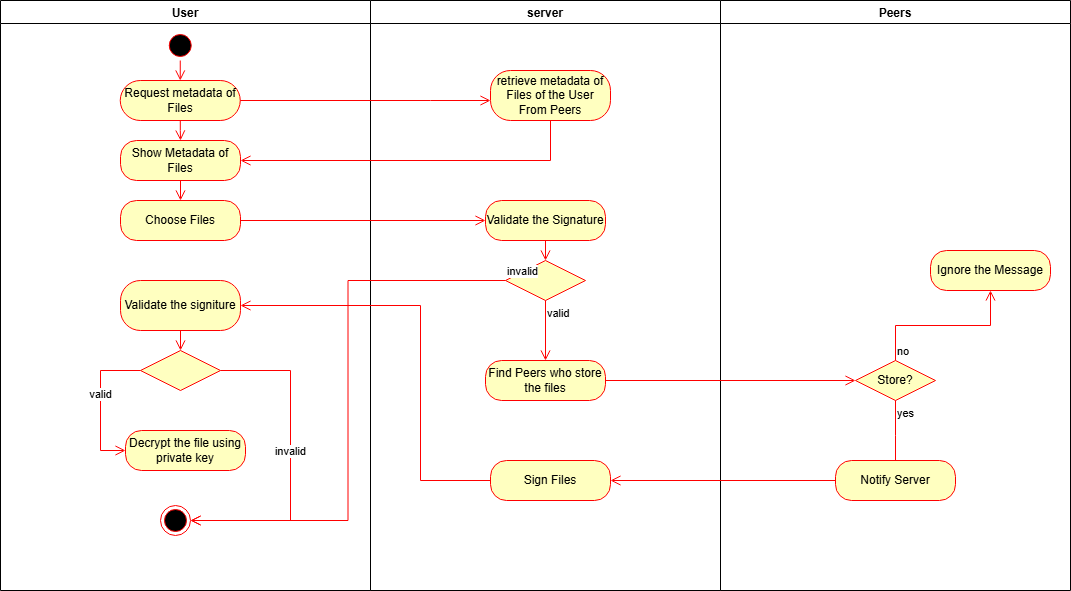
This is Activity_Diagram/Download.png from FatemehKhalili/SafeDrive, a draw.io export, as it was before one commit. Source tidied: cells renumbered, new cells last; positions are measured from the earlier drawing's top-left corner, leaving out a move shared by most shapes. Its diagram source:
```xml
<mxGraphModel>
  <root>
    <mxCell id="0" />
    <mxCell id="1" parent="0" />
    <mxCell id="2" value="User" style="swimlane;" parent="1" vertex="1">
      <mxGeometry width="370" height="590" as="geometry" />
    </mxCell>
    <mxCell id="3" style="ellipse;html=1;shape=startState;fillColor=#000000;strokeColor=#ff0000;" parent="2" vertex="1">
      <mxGeometry x="164.8" y="30" width="30" height="30" as="geometry" />
    </mxCell>
    <mxCell id="4" style="edgeStyle=orthogonalEdgeStyle;html=1;verticalAlign=bottom;endArrow=open;endSize=8;strokeColor=#ff0000;rounded=0;entryX=0.5;entryY=0;entryDx=0;entryDy=0;" parent="2" edge="1" source="3" target="5">
      <mxGeometry relative="1" as="geometry" />
    </mxCell>
    <mxCell id="5" value="Request metadata of Files" style="rounded=1;whiteSpace=wrap;html=1;arcSize=50;fontColor=#000000;fillColor=#ffffc0;strokeColor=#ff0000;" parent="2" vertex="1">
      <mxGeometry x="119.8" y="80" width="120" height="40" as="geometry" />
    </mxCell>
    <mxCell id="6" style="edgeStyle=orthogonalEdgeStyle;html=1;verticalAlign=bottom;endArrow=open;endSize=8;strokeColor=#ff0000;rounded=0;entryX=0.5;entryY=0;entryDx=0;entryDy=0;" parent="2" edge="1" source="5" target="7">
      <mxGeometry relative="1" as="geometry" />
    </mxCell>
    <mxCell id="7" value="Show Metadata of Files" style="rounded=1;whiteSpace=wrap;html=1;arcSize=40;fontColor=#000000;fillColor=#ffffc0;strokeColor=#ff0000;" parent="2" vertex="1">
      <mxGeometry x="120" y="140" width="120" height="40" as="geometry" />
    </mxCell>
    <mxCell id="8" style="edgeStyle=orthogonalEdgeStyle;html=1;verticalAlign=bottom;endArrow=open;endSize=8;strokeColor=#ff0000;rounded=0;entryX=0.5;entryY=0;entryDx=0;entryDy=0;" parent="2" edge="1" source="7" target="11">
      <mxGeometry relative="1" as="geometry" />
    </mxCell>
    <mxCell id="9" value="Validate the signiture" style="rounded=1;whiteSpace=wrap;html=1;arcSize=40;fontColor=#000000;fillColor=#ffffc0;strokeColor=#ff0000;" parent="2" vertex="1">
      <mxGeometry x="120" y="280" width="120" height="50" as="geometry" />
    </mxCell>
    <mxCell id="10" style="ellipse;html=1;shape=endState;fillColor=#000000;strokeColor=#ff0000;" parent="2" vertex="1">
      <mxGeometry x="160" y="505" width="30" height="30" as="geometry" />
    </mxCell>
    <mxCell id="11" value="Choose Files" style="rounded=1;whiteSpace=wrap;html=1;arcSize=40;fontColor=#000000;fillColor=#ffffc0;strokeColor=#ff0000;" parent="2" vertex="1">
      <mxGeometry x="120" y="200" width="120" height="40" as="geometry" />
    </mxCell>
    <mxCell id="12" value="Decrypt the file using private key" style="rounded=1;whiteSpace=wrap;html=1;arcSize=40;fontColor=#000000;fillColor=#ffffc0;strokeColor=#ff0000;" parent="2" vertex="1">
      <mxGeometry x="125" y="430" width="120" height="40" as="geometry" />
    </mxCell>
    <mxCell id="13" style="edgeStyle=orthogonalEdgeStyle;html=1;verticalAlign=bottom;endArrow=open;endSize=8;strokeColor=#ff0000;rounded=0;exitX=0.5;exitY=1;exitDx=0;exitDy=0;entryX=0.5;entryY=0;entryDx=0;entryDy=0;" parent="2" edge="1" source="9" target="16">
      <mxGeometry relative="1" as="geometry" />
    </mxCell>
    <mxCell id="14" value="valid" style="edgeStyle=orthogonalEdgeStyle;html=1;verticalAlign=bottom;endArrow=open;endSize=8;strokeColor=#ff0000;rounded=0;entryX=0;entryY=0.5;entryDx=0;entryDy=0;exitX=0;exitY=0.5;exitDx=0;exitDy=0;" parent="2" edge="1" source="16" target="12">
      <mxGeometry relative="1" as="geometry">
        <Array as="points">
          <mxPoint x="100" y="370" />
          <mxPoint x="100" y="450" />
        </Array>
      </mxGeometry>
    </mxCell>
    <mxCell id="15" value="invalid" style="edgeStyle=orthogonalEdgeStyle;html=1;verticalAlign=bottom;endArrow=open;endSize=8;strokeColor=#ff0000;rounded=0;entryX=1;entryY=0.5;entryDx=0;entryDy=0;" parent="2" edge="1" source="16" target="10">
      <mxGeometry relative="1" as="geometry">
        <Array as="points">
          <mxPoint x="290" y="370" />
          <mxPoint x="290" y="520" />
        </Array>
      </mxGeometry>
    </mxCell>
    <mxCell id="16" style="rhombus;whiteSpace=wrap;html=1;fontColor=#000000;fillColor=#ffffc0;strokeColor=#ff0000;" parent="2" vertex="1">
      <mxGeometry x="140" y="350" width="80" height="40" as="geometry" />
    </mxCell>
    <mxCell id="17" value="server" style="swimlane;" parent="1" vertex="1">
      <mxGeometry x="370" width="350" height="590" as="geometry" />
    </mxCell>
    <mxCell id="18" value="Validate the Signature" style="rounded=1;whiteSpace=wrap;html=1;arcSize=40;fontColor=#000000;fillColor=#ffffc0;strokeColor=#ff0000;" parent="17" vertex="1">
      <mxGeometry x="115" y="200" width="120" height="40" as="geometry" />
    </mxCell>
    <mxCell id="19" style="edgeStyle=orthogonalEdgeStyle;html=1;verticalAlign=bottom;endArrow=open;endSize=8;strokeColor=#ff0000;rounded=0;entryX=0.5;entryY=0;entryDx=0;entryDy=0;" parent="17" edge="1" source="18" target="22">
      <mxGeometry relative="1" as="geometry" />
    </mxCell>
    <mxCell id="20" value="Find Peers who store the files" style="rounded=1;whiteSpace=wrap;html=1;arcSize=40;fontColor=#000000;fillColor=#ffffc0;strokeColor=#ff0000;" parent="17" vertex="1">
      <mxGeometry x="115" y="360" width="120" height="40" as="geometry" />
    </mxCell>
    <mxCell id="21" value="Sign Files" style="rounded=1;whiteSpace=wrap;html=1;arcSize=40;fontColor=#000000;fillColor=#ffffc0;strokeColor=#ff0000;" parent="17" vertex="1">
      <mxGeometry x="120" y="460" width="120" height="40" as="geometry" />
    </mxCell>
    <mxCell id="22" style="rhombus;whiteSpace=wrap;html=1;fontColor=#000000;fillColor=#ffffc0;strokeColor=#ff0000;" parent="17" vertex="1">
      <mxGeometry x="135" y="260" width="80" height="40" as="geometry" />
    </mxCell>
    <mxCell id="23" value="&lt;div&gt;valid&lt;/div&gt;" style="edgeStyle=orthogonalEdgeStyle;html=1;align=left;verticalAlign=top;endArrow=open;endSize=8;strokeColor=#ff0000;rounded=0;entryX=0.5;entryY=0;entryDx=0;entryDy=0;" parent="17" edge="1" source="22" target="20">
      <mxGeometry x="-1" relative="1" as="geometry" />
    </mxCell>
    <mxCell id="24" value="retrieve metadata of Files of the User From Peers" style="rounded=1;whiteSpace=wrap;html=1;arcSize=40;fontColor=#000000;fillColor=#ffffc0;strokeColor=#ff0000;" parent="17" vertex="1">
      <mxGeometry x="120" y="70" width="120" height="50" as="geometry" />
    </mxCell>
    <mxCell id="25" value="Peers" style="swimlane;" parent="1" vertex="1">
      <mxGeometry x="720" width="350" height="590" as="geometry" />
    </mxCell>
    <mxCell id="26" value="Store?" style="rhombus;whiteSpace=wrap;html=1;fontColor=#000000;fillColor=#ffffc0;strokeColor=#ff0000;" parent="25" vertex="1">
      <mxGeometry x="135" y="360" width="80" height="40" as="geometry" />
    </mxCell>
    <mxCell id="27" value="no" style="edgeStyle=orthogonalEdgeStyle;html=1;align=left;verticalAlign=bottom;endArrow=open;endSize=8;strokeColor=#ff0000;rounded=0;entryX=0.5;entryY=1;entryDx=0;entryDy=0;" parent="25" edge="1" source="26" target="30">
      <mxGeometry x="-1" relative="1" as="geometry" />
    </mxCell>
    <mxCell id="28" value="yes" style="edgeStyle=orthogonalEdgeStyle;html=1;align=left;verticalAlign=top;endArrow=open;endSize=8;strokeColor=#ff0000;rounded=0;" parent="25" edge="1" source="26">
      <mxGeometry x="-1" relative="1" as="geometry">
        <mxPoint x="175" y="470" as="targetPoint" />
      </mxGeometry>
    </mxCell>
    <mxCell id="29" value="Notify Server" style="rounded=1;whiteSpace=wrap;html=1;arcSize=40;fontColor=#000000;fillColor=#ffffc0;strokeColor=#ff0000;" parent="25" vertex="1">
      <mxGeometry x="115" y="460" width="120" height="40" as="geometry" />
    </mxCell>
    <mxCell id="30" value="Ignore the Message" style="rounded=1;whiteSpace=wrap;html=1;arcSize=40;fontColor=#000000;fillColor=#ffffc0;strokeColor=#ff0000;" parent="25" vertex="1">
      <mxGeometry x="210" y="250" width="120" height="40" as="geometry" />
    </mxCell>
    <mxCell id="31" style="edgeStyle=orthogonalEdgeStyle;html=1;verticalAlign=bottom;endArrow=open;endSize=8;strokeColor=#ff0000;rounded=0;entryX=0;entryY=0.5;entryDx=0;entryDy=0;" parent="1" edge="1" source="20" target="26">
      <mxGeometry relative="1" as="geometry" />
    </mxCell>
    <mxCell id="32" style="edgeStyle=orthogonalEdgeStyle;html=1;verticalAlign=bottom;endArrow=open;endSize=8;strokeColor=#ff0000;rounded=0;entryX=1;entryY=0.5;entryDx=0;entryDy=0;" parent="1" edge="1" source="29" target="21">
      <mxGeometry relative="1" as="geometry" />
    </mxCell>
    <mxCell id="33" style="edgeStyle=orthogonalEdgeStyle;html=1;verticalAlign=bottom;endArrow=open;endSize=8;strokeColor=#ff0000;rounded=0;entryX=1;entryY=0.5;entryDx=0;entryDy=0;" parent="1" edge="1" source="21" target="9">
      <mxGeometry relative="1" as="geometry">
        <Array as="points">
          <mxPoint x="420" y="480" />
          <mxPoint x="420" y="305" />
        </Array>
      </mxGeometry>
    </mxCell>
    <mxCell id="34" value="invalid" style="edgeStyle=orthogonalEdgeStyle;html=1;align=left;verticalAlign=bottom;endArrow=open;endSize=8;strokeColor=#ff0000;rounded=0;exitX=0;exitY=0.5;exitDx=0;exitDy=0;entryX=1;entryY=0.5;entryDx=0;entryDy=0;" parent="1" edge="1" source="22" target="10">
      <mxGeometry x="-1" relative="1" as="geometry" />
    </mxCell>
    <mxCell id="35" style="edgeStyle=orthogonalEdgeStyle;html=1;verticalAlign=bottom;endArrow=open;endSize=8;strokeColor=#ff0000;rounded=0;" parent="1" edge="1" source="5" target="24">
      <mxGeometry relative="1" as="geometry">
        <Array as="points">
          <mxPoint x="430" y="100" />
          <mxPoint x="430" y="100" />
        </Array>
      </mxGeometry>
    </mxCell>
    <mxCell id="36" style="edgeStyle=orthogonalEdgeStyle;html=1;verticalAlign=bottom;endArrow=open;endSize=8;strokeColor=#ff0000;rounded=0;entryX=1;entryY=0.5;entryDx=0;entryDy=0;" parent="1" edge="1" source="24" target="7">
      <mxGeometry relative="1" as="geometry">
        <Array as="points">
          <mxPoint x="550" y="160" />
        </Array>
      </mxGeometry>
    </mxCell>
    <mxCell id="37" style="edgeStyle=orthogonalEdgeStyle;html=1;verticalAlign=bottom;endArrow=open;endSize=8;strokeColor=#ff0000;rounded=0;entryX=0;entryY=0.5;entryDx=0;entryDy=0;" parent="1" edge="1" source="11" target="18">
      <mxGeometry relative="1" as="geometry">
        <Array as="points">
          <mxPoint x="485" y="220" />
        </Array>
      </mxGeometry>
    </mxCell>
  </root>
</mxGraphModel>
```
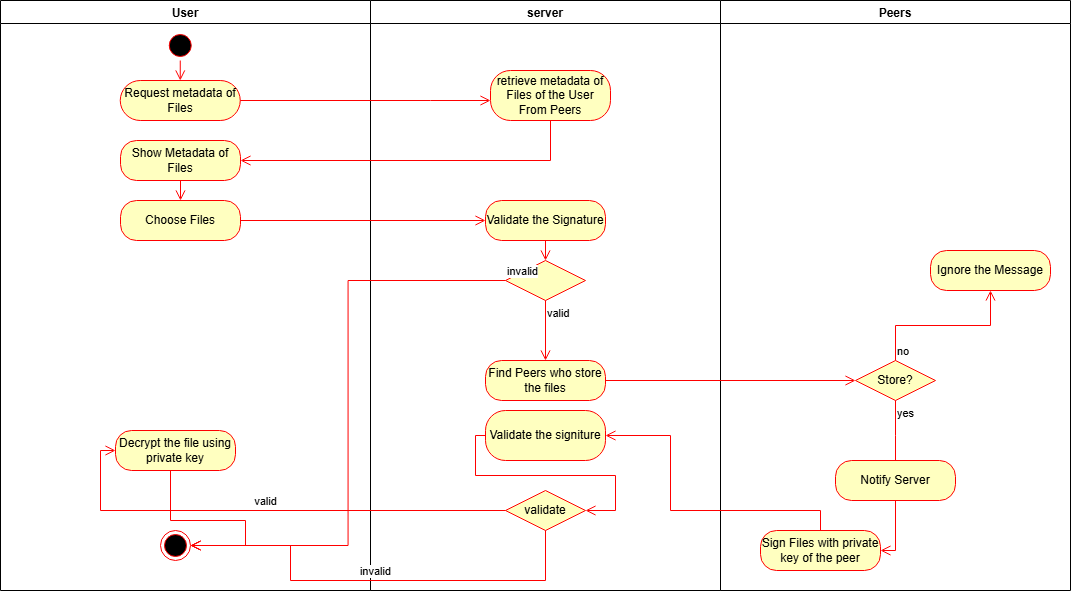
Above is the later version.

Diff of the diagram source:
```diff
@@ -14,49 +14,31 @@
     <mxCell id="5" value="Request metadata of Files" style="rounded=1;whiteSpace=wrap;html=1;arcSize=50;fontColor=#000000;fillColor=#ffffc0;strokeColor=#ff0000;" parent="2" vertex="1">
       <mxGeometry x="119.8" y="80" width="120" height="40" as="geometry" />
     </mxCell>
-    <mxCell id="6" style="edgeStyle=orthogonalEdgeStyle;html=1;verticalAlign=bottom;endArrow=open;endSize=8;strokeColor=#ff0000;rounded=0;entryX=0.5;entryY=0;entryDx=0;entryDy=0;" parent="2" edge="1" source="5" target="7">
-      <mxGeometry relative="1" as="geometry" />
-    </mxCell>
     <mxCell id="7" value="Show Metadata of Files" style="rounded=1;whiteSpace=wrap;html=1;arcSize=40;fontColor=#000000;fillColor=#ffffc0;strokeColor=#ff0000;" parent="2" vertex="1">
       <mxGeometry x="120" y="140" width="120" height="40" as="geometry" />
     </mxCell>
     <mxCell id="8" style="edgeStyle=orthogonalEdgeStyle;html=1;verticalAlign=bottom;endArrow=open;endSize=8;strokeColor=#ff0000;rounded=0;entryX=0.5;entryY=0;entryDx=0;entryDy=0;" parent="2" edge="1" source="7" target="11">
       <mxGeometry relative="1" as="geometry" />
     </mxCell>
-    <mxCell id="9" value="Validate the signiture" style="rounded=1;whiteSpace=wrap;html=1;arcSize=40;fontColor=#000000;fillColor=#ffffc0;strokeColor=#ff0000;" parent="2" vertex="1">
-      <mxGeometry x="120" y="280" width="120" height="50" as="geometry" />
-    </mxCell>
-    <mxCell id="10" style="ellipse;html=1;shape=endState;fillColor=#000000;strokeColor=#ff0000;" parent="2" vertex="1">
-      <mxGeometry x="160" y="505" width="30" height="30" as="geometry" />
-    </mxCell>
+    <mxCell id="38" style="ellipse;html=1;shape=endState;fillColor=#000000;strokeColor=#ff0000;" parent="2" vertex="1">
+      <mxGeometry x="160" y="530" width="30" height="30" as="geometry" />
+    </mxCell>
     <mxCell id="11" value="Choose Files" style="rounded=1;whiteSpace=wrap;html=1;arcSize=40;fontColor=#000000;fillColor=#ffffc0;strokeColor=#ff0000;" parent="2" vertex="1">
       <mxGeometry x="120" y="200" width="120" height="40" as="geometry" />
     </mxCell>
+    <mxCell id="39" style="edgeStyle=orthogonalEdgeStyle;html=1;align=left;verticalAlign=bottom;endArrow=open;endSize=8;strokeColor=#ff0000;rounded=0;exitX=0;exitY=0.5;exitDx=0;exitDy=0;entryX=1;entryY=0.5;entryDx=0;entryDy=0;" parent="2" edge="1" source="12" target="38">
+      <mxGeometry relative="1" as="geometry">
+        <Array as="points">
+          <mxPoint x="170" y="450" />
+          <mxPoint x="170" y="520" />
+          <mxPoint x="245" y="520" />
+          <mxPoint x="245" y="545" />
+        </Array>
+      </mxGeometry>
+    </mxCell>
     <mxCell id="12" value="Decrypt the file using private key" style="rounded=1;whiteSpace=wrap;html=1;arcSize=40;fontColor=#000000;fillColor=#ffffc0;strokeColor=#ff0000;" parent="2" vertex="1">
-      <mxGeometry x="125" y="430" width="120" height="40" as="geometry" />
+      <mxGeometry x="115" y="430" width="120" height="40" as="geometry" />
     </mxCell>
-    <mxCell id="13" style="edgeStyle=orthogonalEdgeStyle;html=1;verticalAlign=bottom;endArrow=open;endSize=8;strokeColor=#ff0000;rounded=0;exitX=0.5;exitY=1;exitDx=0;exitDy=0;entryX=0.5;entryY=0;entryDx=0;entryDy=0;" parent="2" edge="1" source="9" target="16">
-      <mxGeometry relative="1" as="geometry" />
-    </mxCell>
-    <mxCell id="14" value="valid" style="edgeStyle=orthogonalEdgeStyle;html=1;verticalAlign=bottom;endArrow=open;endSize=8;strokeColor=#ff0000;rounded=0;entryX=0;entryY=0.5;entryDx=0;entryDy=0;exitX=0;exitY=0.5;exitDx=0;exitDy=0;" parent="2" edge="1" source="16" target="12">
-      <mxGeometry relative="1" as="geometry">
-        <Array as="points">
-          <mxPoint x="100" y="370" />
-          <mxPoint x="100" y="450" />
-        </Array>
-      </mxGeometry>
-    </mxCell>
-    <mxCell id="15" value="invalid" style="edgeStyle=orthogonalEdgeStyle;html=1;verticalAlign=bottom;endArrow=open;endSize=8;strokeColor=#ff0000;rounded=0;entryX=1;entryY=0.5;entryDx=0;entryDy=0;" parent="2" edge="1" source="16" target="10">
-      <mxGeometry relative="1" as="geometry">
-        <Array as="points">
-          <mxPoint x="290" y="370" />
-          <mxPoint x="290" y="520" />
-        </Array>
-      </mxGeometry>
-    </mxCell>
-    <mxCell id="16" style="rhombus;whiteSpace=wrap;html=1;fontColor=#000000;fillColor=#ffffc0;strokeColor=#ff0000;" parent="2" vertex="1">
-      <mxGeometry x="140" y="350" width="80" height="40" as="geometry" />
-    </mxCell>
     <mxCell id="17" value="server" style="swimlane;" parent="1" vertex="1">
       <mxGeometry x="370" width="350" height="590" as="geometry" />
     </mxCell>
@@ -69,9 +51,6 @@
     <mxCell id="20" value="Find Peers who store the files" style="rounded=1;whiteSpace=wrap;html=1;arcSize=40;fontColor=#000000;fillColor=#ffffc0;strokeColor=#ff0000;" parent="17" vertex="1">
       <mxGeometry x="115" y="360" width="120" height="40" as="geometry" />
     </mxCell>
-    <mxCell id="21" value="Sign Files" style="rounded=1;whiteSpace=wrap;html=1;arcSize=40;fontColor=#000000;fillColor=#ffffc0;strokeColor=#ff0000;" parent="17" vertex="1">
-      <mxGeometry x="120" y="460" width="120" height="40" as="geometry" />
-    </mxCell>
     <mxCell id="22" style="rhombus;whiteSpace=wrap;html=1;fontColor=#000000;fillColor=#ffffc0;strokeColor=#ff0000;" parent="17" vertex="1">
       <mxGeometry x="135" y="260" width="80" height="40" as="geometry" />
     </mxCell>
@@ -81,6 +60,15 @@
     <mxCell id="24" value="retrieve metadata of Files of the User From Peers" style="rounded=1;whiteSpace=wrap;html=1;arcSize=40;fontColor=#000000;fillColor=#ffffc0;strokeColor=#ff0000;" parent="17" vertex="1">
       <mxGeometry x="120" y="70" width="120" height="50" as="geometry" />
     </mxCell>
+    <mxCell id="40" style="edgeStyle=orthogonalEdgeStyle;html=1;align=left;verticalAlign=bottom;endArrow=open;endSize=8;strokeColor=#ff0000;rounded=0;exitX=0;exitY=0.5;exitDx=0;exitDy=0;entryX=1;entryY=0.5;entryDx=0;entryDy=0;" parent="17" edge="1" source="9" target="41">
+      <mxGeometry relative="1" as="geometry" />
+    </mxCell>
+    <mxCell id="9" value="Validate the signiture" style="rounded=1;whiteSpace=wrap;html=1;arcSize=40;fontColor=#000000;fillColor=#ffffc0;strokeColor=#ff0000;" parent="17" vertex="1">
+      <mxGeometry x="115" y="410" width="120" height="50" as="geometry" />
+    </mxCell>
+    <mxCell id="41" value="validate" style="rhombus;whiteSpace=wrap;html=1;fontColor=#000000;fillColor=#ffffc0;strokeColor=#ff0000;" parent="17" vertex="1">
+      <mxGeometry x="135" y="490" width="80" height="40" as="geometry" />
+    </mxCell>
     <mxCell id="25" value="Peers" style="swimlane;" parent="1" vertex="1">
       <mxGeometry x="720" width="350" height="590" as="geometry" />
     </mxCell>
@@ -101,21 +89,25 @@
     <mxCell id="30" value="Ignore the Message" style="rounded=1;whiteSpace=wrap;html=1;arcSize=40;fontColor=#000000;fillColor=#ffffc0;strokeColor=#ff0000;" parent="25" vertex="1">
       <mxGeometry x="210" y="250" width="120" height="40" as="geometry" />
     </mxCell>
+    <mxCell id="42" value="Sign Files with private key of the peer" style="rounded=1;whiteSpace=wrap;html=1;arcSize=40;fontColor=#000000;fillColor=#ffffc0;strokeColor=#ff0000;" parent="25" vertex="1">
+      <mxGeometry x="40" y="530" width="120" height="40" as="geometry" />
+    </mxCell>
+    <mxCell id="43" style="edgeStyle=orthogonalEdgeStyle;html=1;verticalAlign=bottom;endArrow=open;endSize=8;strokeColor=#ff0000;rounded=0;entryX=1;entryY=0.5;entryDx=0;entryDy=0;" parent="25" edge="1" source="29" target="42">
+      <mxGeometry relative="1" as="geometry" />
+    </mxCell>
     <mxCell id="31" style="edgeStyle=orthogonalEdgeStyle;html=1;verticalAlign=bottom;endArrow=open;endSize=8;strokeColor=#ff0000;rounded=0;entryX=0;entryY=0.5;entryDx=0;entryDy=0;" parent="1" edge="1" source="20" target="26">
       <mxGeometry relative="1" as="geometry" />
     </mxCell>
-    <mxCell id="32" style="edgeStyle=orthogonalEdgeStyle;html=1;verticalAlign=bottom;endArrow=open;endSize=8;strokeColor=#ff0000;rounded=0;entryX=1;entryY=0.5;entryDx=0;entryDy=0;" parent="1" edge="1" source="29" target="21">
-      <mxGeometry relative="1" as="geometry" />
-    </mxCell>
-    <mxCell id="33" style="edgeStyle=orthogonalEdgeStyle;html=1;verticalAlign=bottom;endArrow=open;endSize=8;strokeColor=#ff0000;rounded=0;entryX=1;entryY=0.5;entryDx=0;entryDy=0;" parent="1" edge="1" source="21" target="9">
-      <mxGeometry relative="1" as="geometry">
-        <Array as="points">
-          <mxPoint x="420" y="480" />
-          <mxPoint x="420" y="305" />
-        </Array>
-      </mxGeometry>
-    </mxCell>
+    <mxCell id="44" style="edgeStyle=orthogonalEdgeStyle;html=1;verticalAlign=bottom;endArrow=open;endSize=8;strokeColor=#ff0000;rounded=0;" parent="1" edge="1" source="42" target="9">
+      <mxGeometry relative="1" as="geometry">
+        <Array as="points">
+          <mxPoint x="820" y="510" />
+          <mxPoint x="670" y="510" />
+          <mxPoint x="670" y="435" />
+        </Array>
+      </mxGeometry>
+    </mxCell>
-    <mxCell id="34" value="invalid" style="edgeStyle=orthogonalEdgeStyle;html=1;align=left;verticalAlign=bottom;endArrow=open;endSize=8;strokeColor=#ff0000;rounded=0;exitX=0;exitY=0.5;exitDx=0;exitDy=0;entryX=1;entryY=0.5;entryDx=0;entryDy=0;" parent="1" edge="1" source="22" target="10">
+    <mxCell id="34" value="invalid" style="edgeStyle=orthogonalEdgeStyle;html=1;align=left;verticalAlign=bottom;endArrow=open;endSize=8;strokeColor=#ff0000;rounded=0;exitX=0;exitY=0.5;exitDx=0;exitDy=0;entryX=1;entryY=0.5;entryDx=0;entryDy=0;" parent="1" edge="1" source="22" target="38">
       <mxGeometry x="-1" relative="1" as="geometry" />
     </mxCell>
     <mxCell id="35" style="edgeStyle=orthogonalEdgeStyle;html=1;verticalAlign=bottom;endArrow=open;endSize=8;strokeColor=#ff0000;rounded=0;" parent="1" edge="1" source="5" target="24">
@@ -140,5 +132,22 @@
         </Array>
       </mxGeometry>
     </mxCell>
+    <mxCell id="14" value="valid" style="edgeStyle=orthogonalEdgeStyle;html=1;verticalAlign=bottom;endArrow=open;endSize=8;strokeColor=#ff0000;rounded=0;entryX=0;entryY=0.5;entryDx=0;entryDy=0;exitX=0;exitY=0.5;exitDx=0;exitDy=0;" parent="1" edge="1" source="41" target="12">
+      <mxGeometry relative="1" as="geometry">
+        <Array as="points">
+          <mxPoint x="100" y="510" />
+          <mxPoint x="100" y="450" />
+        </Array>
+      </mxGeometry>
+    </mxCell>
+    <mxCell id="15" value="invalid" style="edgeStyle=orthogonalEdgeStyle;html=1;verticalAlign=bottom;endArrow=open;endSize=8;strokeColor=#ff0000;rounded=0;entryX=1;entryY=0.5;entryDx=0;entryDy=0;" parent="1" edge="1" source="41" target="38">
+      <mxGeometry relative="1" as="geometry">
+        <Array as="points">
+          <mxPoint x="545" y="580" />
+          <mxPoint x="290" y="580" />
+          <mxPoint x="290" y="545" />
+        </Array>
+      </mxGeometry>
+    </mxCell>
   </root>
 </mxGraphModel>
```
